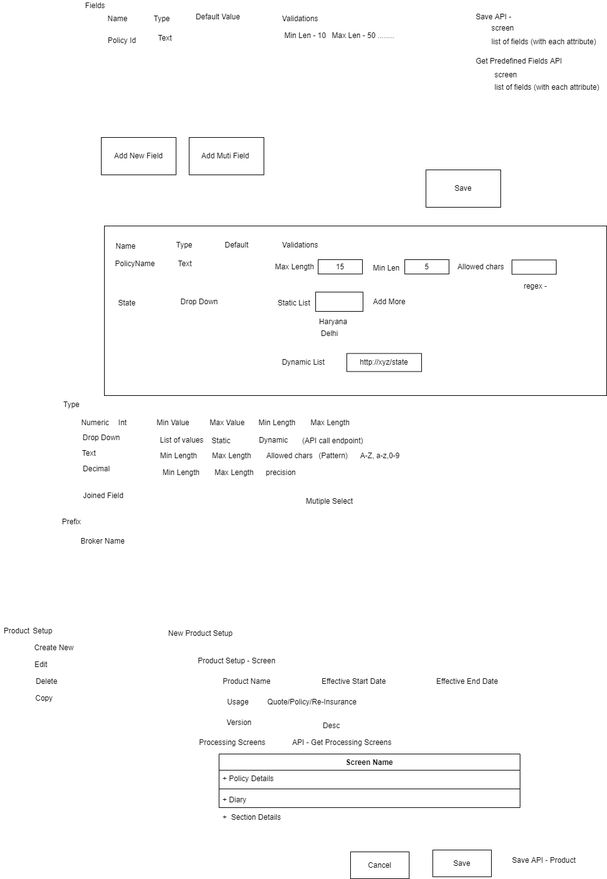
idslamba/test keeps this draw.io diagram as Product_setup-Page-5.drawio.png. Above is the earlier version. Source tidied: cells renumbered, new cells last; positions are measured from the earlier drawing's top-left corner, leaving out a move shared by most shapes.
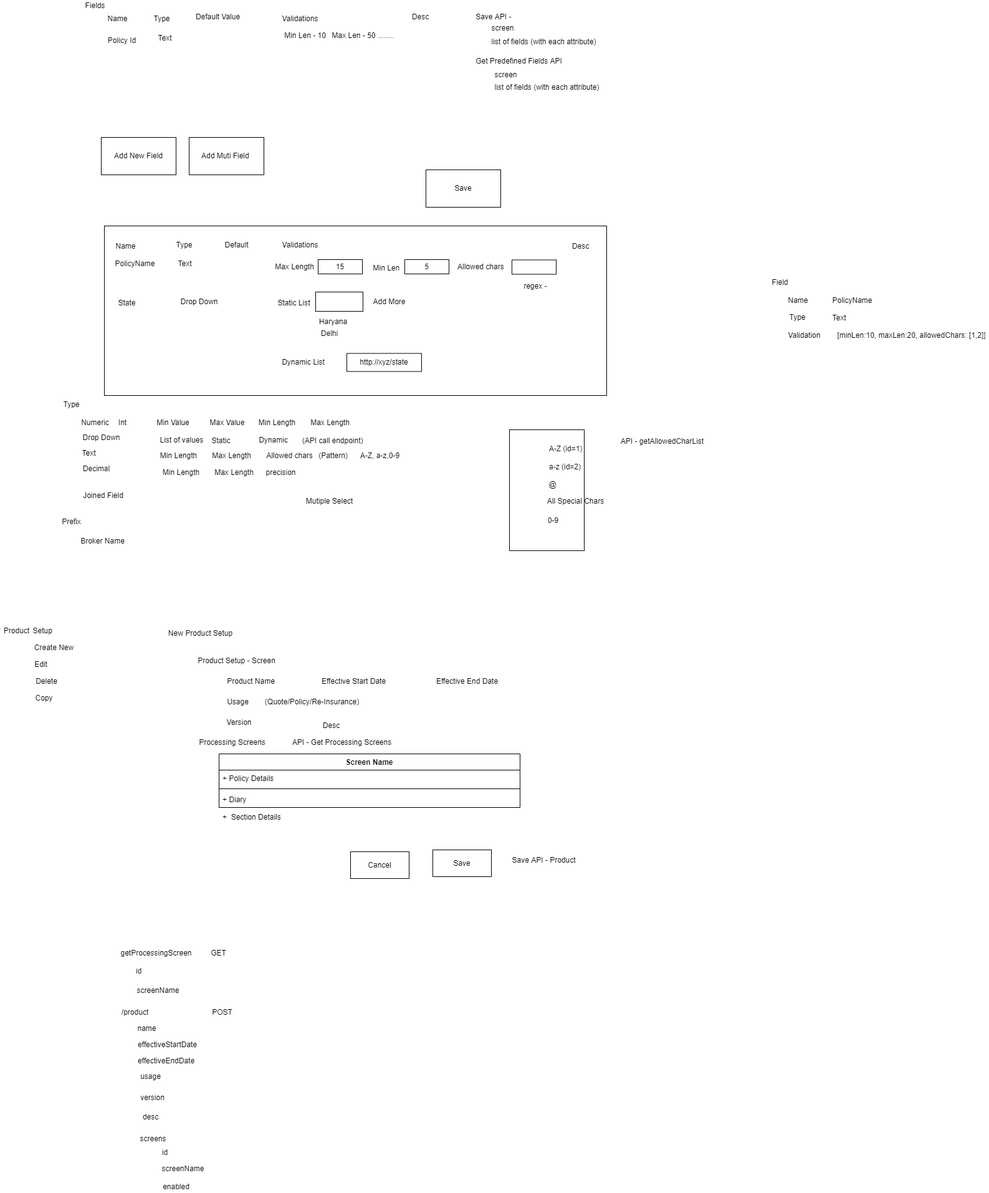
Later version of the same file.

Change to the diagram source:
```diff
@@ -132,7 +132,7 @@
       <mxGeometry x="51" y="1084" width="45" height="18" as="geometry" />
     </mxCell>
     <mxCell id="45" value="Product Name" style="text;html=1;align=center;verticalAlign=middle;strokeColor=none;fillColor=none;" parent="1" vertex="1">
-      <mxGeometry x="351" y="1084" width="87" height="18" as="geometry" />
+      <mxGeometry x="358" y="1084" width="87" height="18" as="geometry" />
     </mxCell>
     <mxCell id="46" value="Copy" style="text;html=1;align=center;verticalAlign=middle;strokeColor=none;fillColor=none;" parent="1" vertex="1">
       <mxGeometry x="51" y="1111" width="38" height="18" as="geometry" />
@@ -146,8 +146,8 @@
     <mxCell id="49" value="Usage" style="text;html=1;align=center;verticalAlign=middle;strokeColor=none;fillColor=none;" parent="1" vertex="1">
       <mxGeometry x="358" y="1117" width="45" height="18" as="geometry" />
     </mxCell>
-    <mxCell id="50" value="Quote/Policy/Re-Insurance" style="text;html=1;align=center;verticalAlign=middle;strokeColor=none;fillColor=none;" parent="1" vertex="1">
-      <mxGeometry x="423" y="1117" width="153" height="18" as="geometry" />
+    <mxCell id="50" value="(Quote/Policy/Re-Insurance)" style="text;html=1;align=center;verticalAlign=middle;strokeColor=none;fillColor=none;" parent="1" vertex="1">
+      <mxGeometry x="419" y="1117" width="161" height="18" as="geometry" />
     </mxCell>
     <mxCell id="51" value="Version" style="text;html=1;align=center;verticalAlign=middle;strokeColor=none;fillColor=none;" parent="1" vertex="1">
       <mxGeometry x="358" y="1150" width="50" height="18" as="geometry" />
@@ -281,5 +281,101 @@
     <mxCell id="94" value="screen" style="text;html=1;align=center;verticalAlign=middle;strokeColor=none;fillColor=none;" parent="1" vertex="1">
       <mxGeometry x="788" y="111" width="46" height="18" as="geometry" />
     </mxCell>
+    <mxCell id="95" value="Desc" style="text;html=1;align=center;verticalAlign=middle;strokeColor=none;fillColor=none;" parent="1" vertex="1">
+      <mxGeometry x="655" y="18" width="37" height="18" as="geometry" />
+    </mxCell>
+    <mxCell id="96" value="Desc" style="text;html=1;align=center;verticalAlign=middle;strokeColor=none;fillColor=none;" parent="1" vertex="1">
+      <mxGeometry x="912" y="386" width="37" height="18" as="geometry" />
+    </mxCell>
+    <mxCell id="97" style="rounded=0;whiteSpace=wrap;html=1;" parent="1" vertex="1">
+      <mxGeometry x="817" y="689" width="120" height="194" as="geometry" />
+    </mxCell>
+    <mxCell id="98" value="A-Z (id=1)" style="text;html=1;align=center;verticalAlign=middle;strokeColor=none;fillColor=none;" parent="1" vertex="1">
+      <mxGeometry x="875" y="711" width="64" height="18" as="geometry" />
+    </mxCell>
+    <mxCell id="99" value="a-z (id=2)" style="text;html=1;align=center;verticalAlign=middle;strokeColor=none;fillColor=none;" parent="1" vertex="1">
+      <mxGeometry x="875" y="740" width="61" height="18" as="geometry" />
+    </mxCell>
+    <mxCell id="100" value="@" style="text;html=1;align=center;verticalAlign=middle;strokeColor=none;fillColor=none;" parent="1" vertex="1">
+      <mxGeometry x="875" y="768" width="22" height="18" as="geometry" />
+    </mxCell>
+    <mxCell id="101" value="All Special Chars" style="text;html=1;align=center;verticalAlign=middle;strokeColor=none;fillColor=none;" parent="1" vertex="1">
+      <mxGeometry x="872" y="795" width="101" height="18" as="geometry" />
+    </mxCell>
+    <mxCell id="102" value="0-9" style="text;html=1;align=center;verticalAlign=middle;strokeColor=none;fillColor=none;" parent="1" vertex="1">
+      <mxGeometry x="873" y="826" width="27" height="18" as="geometry" />
+    </mxCell>
+    <mxCell id="103" value="Field" style="text;html=1;align=center;verticalAlign=middle;strokeColor=none;fillColor=none;" parent="1" vertex="1">
+      <mxGeometry x="1233" y="444" width="36" height="18" as="geometry" />
+    </mxCell>
+    <mxCell id="104" value="Name" style="text;html=1;align=center;verticalAlign=middle;strokeColor=none;fillColor=none;" parent="1" vertex="1">
+      <mxGeometry x="1259" y="473" width="42" height="18" as="geometry" />
+    </mxCell>
+    <mxCell id="105" value="Type" style="text;html=1;align=center;verticalAlign=middle;strokeColor=none;fillColor=none;" parent="1" vertex="1">
+      <mxGeometry x="1261" y="500" width="36" height="18" as="geometry" />
+    </mxCell>
+    <mxCell id="106" value="Validation" style="text;html=1;align=center;verticalAlign=middle;strokeColor=none;fillColor=none;" parent="1" vertex="1">
+      <mxGeometry x="1259" y="529" width="62" height="18" as="geometry" />
+    </mxCell>
+    <mxCell id="107" value="PolicyName" style="text;html=1;align=center;verticalAlign=middle;strokeColor=none;fillColor=none;" parent="1" vertex="1">
+      <mxGeometry x="1330" y="473" width="74" height="18" as="geometry" />
+    </mxCell>
+    <mxCell id="108" value="Text" style="text;html=1;align=center;verticalAlign=middle;strokeColor=none;fillColor=none;" parent="1" vertex="1">
+      <mxGeometry x="1326" y="500" width="40" height="20" as="geometry" />
+    </mxCell>
+    <mxCell id="109" value="[minLen:10, maxLen:20, allowedChars: [1,2]]" style="text;html=1;align=center;verticalAlign=middle;strokeColor=none;fillColor=none;" parent="1" vertex="1">
+      <mxGeometry x="1338" y="529" width="248" height="18" as="geometry" />
+    </mxCell>
+    <mxCell id="110" value="API - getAllowedCharList" style="text;html=1;align=center;verticalAlign=middle;strokeColor=none;fillColor=none;" parent="1" vertex="1">
+      <mxGeometry x="990" y="699" width="143" height="18" as="geometry" />
+    </mxCell>
+    <mxCell id="111" value="getProcessingScreen" style="text;html=1;align=center;verticalAlign=middle;strokeColor=none;fillColor=none;" parent="1" vertex="1">
+      <mxGeometry x="187.5" y="1520" width="124" height="18" as="geometry" />
+    </mxCell>
+    <mxCell id="112" value="id" style="text;html=1;align=center;verticalAlign=middle;strokeColor=none;fillColor=none;" parent="1" vertex="1">
+      <mxGeometry x="212" y="1549" width="19" height="18" as="geometry" />
+    </mxCell>
+    <mxCell id="113" value="screenName" style="text;html=1;align=center;verticalAlign=middle;strokeColor=none;fillColor=none;" parent="1" vertex="1">
+      <mxGeometry x="214" y="1580" width="78" height="18" as="geometry" />
+    </mxCell>
+    <mxCell id="114" value="/product" style="text;html=1;align=center;verticalAlign=middle;strokeColor=none;fillColor=none;" parent="1" vertex="1">
+      <mxGeometry x="189.5" y="1615" width="53" height="18" as="geometry" />
+    </mxCell>
+    <mxCell id="115" value="name" style="text;html=1;align=center;verticalAlign=middle;strokeColor=none;fillColor=none;" parent="1" vertex="1">
+      <mxGeometry x="215" y="1641" width="40" height="18" as="geometry" />
+    </mxCell>
+    <mxCell id="116" value="effectiveStartDate" style="text;html=1;align=center;verticalAlign=middle;strokeColor=none;fillColor=none;" parent="1" vertex="1">
+      <mxGeometry x="215" y="1667" width="105" height="18" as="geometry" />
+    </mxCell>
+    <mxCell id="117" value="effectiveEndDate" style="text;html=1;align=center;verticalAlign=middle;strokeColor=none;fillColor=none;" parent="1" vertex="1">
+      <mxGeometry x="215" y="1693" width="101" height="18" as="geometry" />
+    </mxCell>
+    <mxCell id="118" value="usage" style="text;html=1;align=center;verticalAlign=middle;strokeColor=none;fillColor=none;" parent="1" vertex="1">
+      <mxGeometry x="219" y="1718" width="43" height="18" as="geometry" />
+    </mxCell>
+    <mxCell id="119" value="version" style="text;html=1;align=center;verticalAlign=middle;strokeColor=none;fillColor=none;" parent="1" vertex="1">
+      <mxGeometry x="219" y="1752" width="49" height="18" as="geometry" />
+    </mxCell>
+    <mxCell id="120" value="desc" style="text;html=1;align=center;verticalAlign=middle;strokeColor=none;fillColor=none;" parent="1" vertex="1">
+      <mxGeometry x="223" y="1783" width="35" height="18" as="geometry" />
+    </mxCell>
+    <mxCell id="121" value="screens" style="text;html=1;align=center;verticalAlign=middle;strokeColor=none;fillColor=none;" parent="1" vertex="1">
+      <mxGeometry x="219" y="1818" width="52" height="18" as="geometry" />
+    </mxCell>
+    <mxCell id="122" value="id" style="text;html=1;align=center;verticalAlign=middle;strokeColor=none;fillColor=none;" parent="1" vertex="1">
+      <mxGeometry x="254" y="1840" width="19" height="18" as="geometry" />
+    </mxCell>
+    <mxCell id="123" value="screenName" style="text;html=1;align=center;verticalAlign=middle;strokeColor=none;fillColor=none;" parent="1" vertex="1">
+      <mxGeometry x="254" y="1866" width="78" height="18" as="geometry" />
+    </mxCell>
+    <mxCell id="124" value="enabled" style="text;html=1;align=center;verticalAlign=middle;strokeColor=none;fillColor=none;" parent="1" vertex="1">
+      <mxGeometry x="255" y="1895" width="53" height="18" as="geometry" />
+    </mxCell>
+    <mxCell id="125" value="POST" style="text;html=1;align=center;verticalAlign=middle;strokeColor=none;fillColor=none;" parent="1" vertex="1">
+      <mxGeometry x="334" y="1615" width="43" height="18" as="geometry" />
+    </mxCell>
+    <mxCell id="126" value="GET" style="text;html=1;align=center;verticalAlign=middle;strokeColor=none;fillColor=none;" parent="1" vertex="1">
+      <mxGeometry x="332" y="1520" width="35" height="18" as="geometry" />
+    </mxCell>
   </root>
 </mxGraphModel>
```
